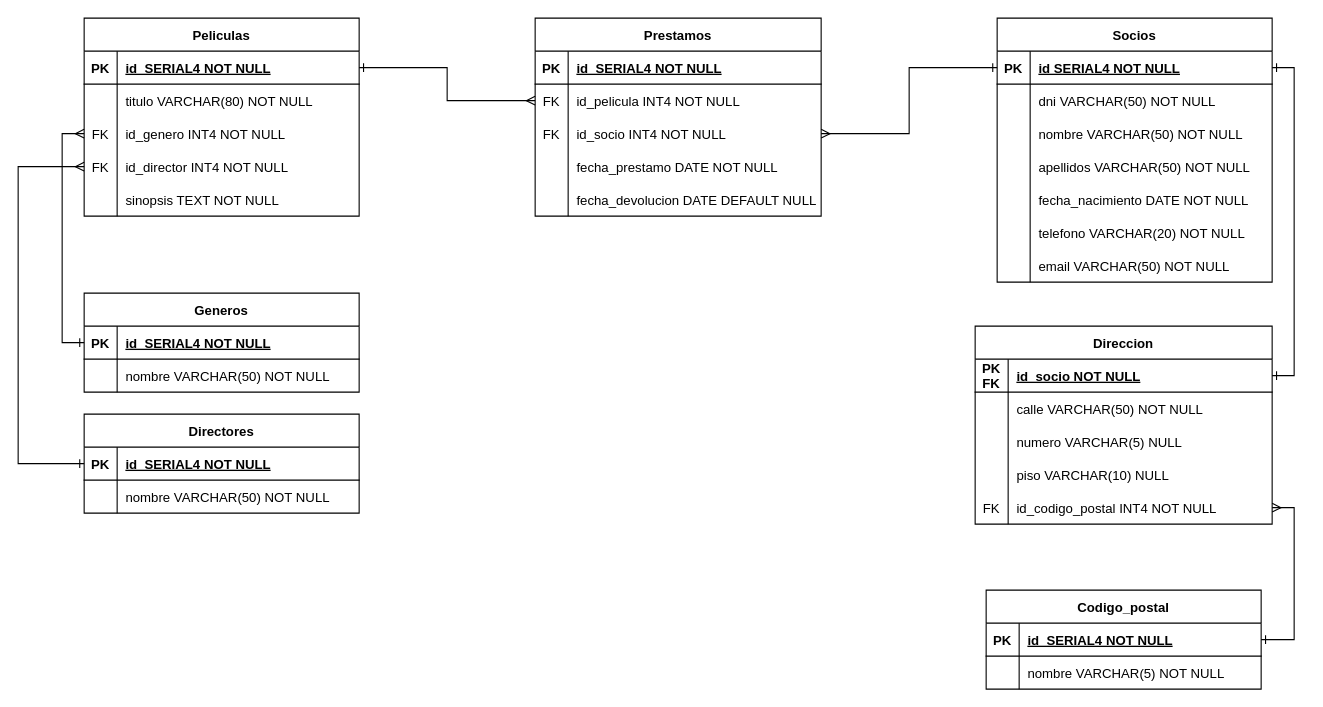
The draw.io diagram diagrama_práctica.drawio in Cespuess/practica_modulo_SQL, before the edit. Source tidied: cells renumbered, new cells numbered last; positions are measured from the earlier drawing's top-left corner, leaving out a move shared by most shapes. Both pictures are drawn from the tidied source at 110%, with x=0, y=0 at pixel (18, 18).
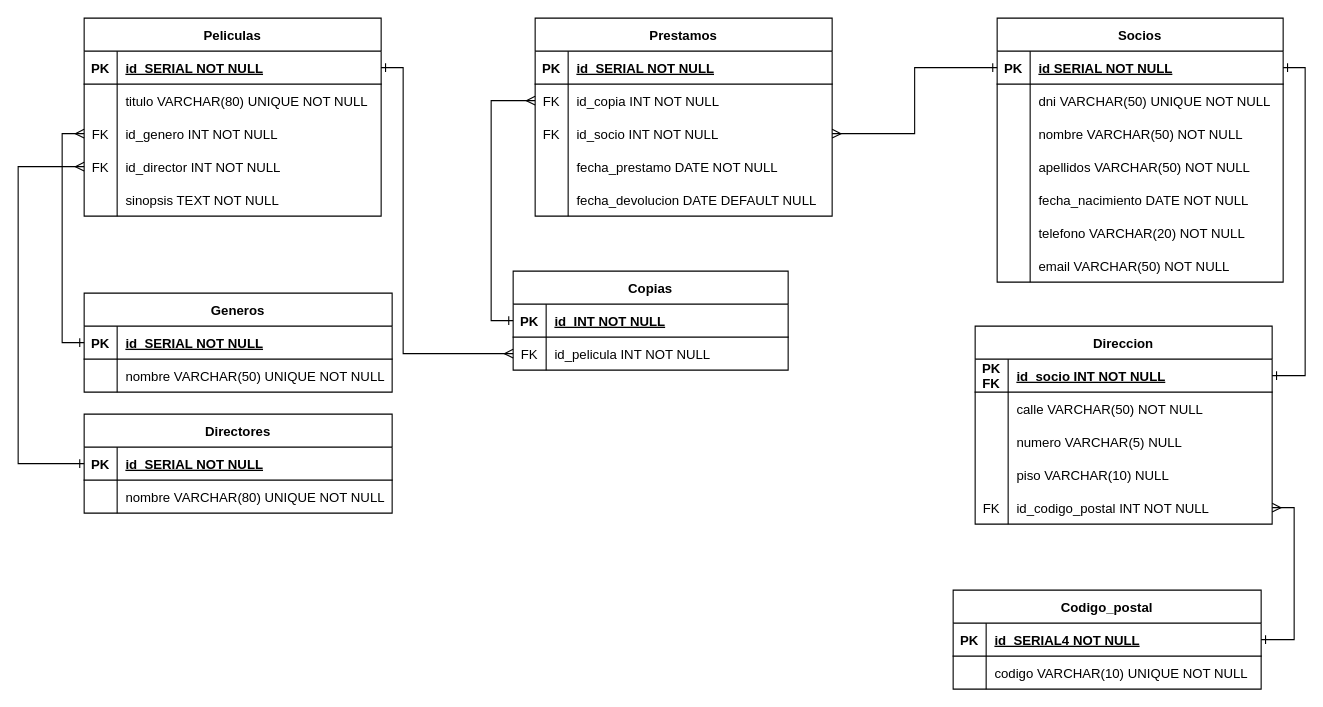
Above is the later version.

The change refers to these unchanged cells:
```xml
<mxCell id="3" style="shape=partialRectangle;fillColor=none;points=[[0,0.5],[1,0.5]];portConstraint=eastwest;top=0;left=0;right=0;bottom=1;" parent="2" vertex="1">
  <mxGeometry y="30" width="270" height="30" as="geometry" />
</mxCell>
<mxCell id="15" style="shape=partialRectangle;fillColor=none;points=[[0,0.5],[1,0.5]];portConstraint=eastwest;top=0;left=0;right=0;bottom=0;" parent="2" vertex="1">
  <mxGeometry y="150" width="270" height="30" as="geometry" />
</mxCell>
```

Diff of the diagram source:
```diff
@@
-    <mxCell id="5" value="id_socio NOT NULL" style="shape=partialRectangle;overflow=hidden;fillColor=none;top=0;left=0;bottom=0;right=0;align=left;spacingLeft=6;fontStyle=5;" parent="3" vertex="1">
+    <mxCell id="5" value="id_socio INT NOT NULL" style="shape=partialRectangle;overflow=hidden;fillColor=none;top=0;left=0;bottom=0;right=0;align=left;spacingLeft=6;fontStyle=5;" parent="3" vertex="1">
       <mxGeometry x="30" width="240" height="30" as="geometry" />
     </mxCell>
@@
-    <mxCell id="17" value="id_codigo_postal INT4 NOT NULL" style="shape=partialRectangle;overflow=hidden;fillColor=none;top=0;left=0;bottom=0;right=0;align=left;spacingLeft=6;" parent="15" vertex="1">
+    <mxCell id="17" value="id_codigo_postal INT NOT NULL" style="shape=partialRectangle;overflow=hidden;fillColor=none;top=0;left=0;bottom=0;right=0;align=left;spacingLeft=6;" parent="15" vertex="1">
       <mxGeometry x="30" width="240" height="30" as="geometry" />
     </mxCell>
     <mxCell id="18" value="Socios" style="shape=table;startSize=30;childLayout=tableLayout;rowLines=0;fontStyle=1;align=center;" parent="1" vertex="1">
-      <mxGeometry x="890" width="250" height="240" as="geometry" />
+      <mxGeometry x="890" width="260" height="240" as="geometry" />
     </mxCell>
     <mxCell id="19" style="shape=partialRectangle;fillColor=none;points=[[0,0.5],[1,0.5]];portConstraint=eastwest;top=0;left=0;right=0;bottom=1;" parent="18" vertex="1">
-      <mxGeometry y="30" width="250" height="30" as="geometry" />
+      <mxGeometry y="30" width="260" height="30" as="geometry" />
     </mxCell>
@@
-    <mxCell id="21" value="id SERIAL4 NOT NULL" style="shape=partialRectangle;overflow=hidden;fillColor=none;top=0;left=0;bottom=0;right=0;align=left;spacingLeft=6;fontStyle=5;" parent="19" vertex="1">
-      <mxGeometry x="30" width="220" height="30" as="geometry" />
+    <mxCell id="21" value="id SERIAL NOT NULL" style="shape=partialRectangle;overflow=hidden;fillColor=none;top=0;left=0;bottom=0;right=0;align=left;spacingLeft=6;fontStyle=5;" parent="19" vertex="1">
+      <mxGeometry x="30" width="230" height="30" as="geometry" />
     </mxCell>
     <mxCell id="22" style="shape=partialRectangle;fillColor=none;top=0;left=0;right=0;bottom=0;" parent="18" vertex="1">
-      <mxGeometry y="60" width="250" height="30" as="geometry" />
+      <mxGeometry y="60" width="260" height="30" as="geometry" />
     </mxCell>
@@
-    <mxCell id="24" value="dni VARCHAR(50) NOT NULL" style="shape=partialRectangle;overflow=hidden;fillColor=none;top=0;left=0;bottom=0;right=0;align=left;spacingLeft=6;" parent="22" vertex="1">
-      <mxGeometry x="30" width="220" height="30" as="geometry" />
+    <mxCell id="24" value="dni VARCHAR(50) UNIQUE NOT NULL" style="shape=partialRectangle;overflow=hidden;fillColor=none;top=0;left=0;bottom=0;right=0;align=left;spacingLeft=6;" parent="22" vertex="1">
+      <mxGeometry x="30" width="230" height="30" as="geometry" />
     </mxCell>
     <mxCell id="25" style="shape=partialRectangle;fillColor=none;top=0;left=0;right=0;bottom=0;" parent="18" vertex="1">
-      <mxGeometry y="90" width="250" height="30" as="geometry" />
+      <mxGeometry y="90" width="260" height="30" as="geometry" />
     </mxCell>
@@
     <mxCell id="27" value="nombre VARCHAR(50) NOT NULL" style="shape=partialRectangle;overflow=hidden;fillColor=none;top=0;left=0;bottom=0;right=0;align=left;spacingLeft=6;" parent="25" vertex="1">
-      <mxGeometry x="30" width="220" height="30" as="geometry" />
+      <mxGeometry x="30" width="230" height="30" as="geometry" />
     </mxCell>
     <mxCell id="28" style="shape=partialRectangle;fillColor=none;top=0;left=0;right=0;bottom=0;" parent="18" vertex="1">
-      <mxGeometry y="120" width="250" height="30" as="geometry" />
+      <mxGeometry y="120" width="260" height="30" as="geometry" />
     </mxCell>
@@
     <mxCell id="30" value="apellidos VARCHAR(50) NOT NULL" style="shape=partialRectangle;overflow=hidden;fillColor=none;top=0;left=0;bottom=0;right=0;align=left;spacingLeft=6;" parent="28" vertex="1">
-      <mxGeometry x="30" width="220" height="30" as="geometry" />
+      <mxGeometry x="30" width="230" height="30" as="geometry" />
     </mxCell>
     <mxCell id="31" style="shape=partialRectangle;fillColor=none;top=0;left=0;right=0;bottom=0;" parent="18" vertex="1">
-      <mxGeometry y="150" width="250" height="30" as="geometry" />
+      <mxGeometry y="150" width="260" height="30" as="geometry" />
     </mxCell>
@@
     <mxCell id="33" value="fecha_nacimiento DATE NOT NULL" style="shape=partialRectangle;overflow=hidden;fillColor=none;top=0;left=0;bottom=0;right=0;align=left;spacingLeft=6;" parent="31" vertex="1">
-      <mxGeometry x="30" width="220" height="30" as="geometry" />
+      <mxGeometry x="30" width="230" height="30" as="geometry" />
     </mxCell>
     <mxCell id="34" style="shape=partialRectangle;fillColor=none;top=0;left=0;right=0;bottom=0;" parent="18" vertex="1">
-      <mxGeometry y="180" width="250" height="30" as="geometry" />
+      <mxGeometry y="180" width="260" height="30" as="geometry" />
     </mxCell>
@@
     <mxCell id="36" value="telefono VARCHAR(20) NOT NULL" style="shape=partialRectangle;overflow=hidden;fillColor=none;top=0;left=0;bottom=0;right=0;align=left;spacingLeft=6;" parent="34" vertex="1">
-      <mxGeometry x="30" width="220" height="30" as="geometry" />
+      <mxGeometry x="30" width="230" height="30" as="geometry" />
     </mxCell>
     <mxCell id="37" style="shape=partialRectangle;fillColor=none;top=0;left=0;right=0;bottom=0;" parent="18" vertex="1">
-      <mxGeometry y="210" width="250" height="30" as="geometry" />
+      <mxGeometry y="210" width="260" height="30" as="geometry" />
     </mxCell>
@@
     <mxCell id="39" value="email VARCHAR(50) NOT NULL" style="shape=partialRectangle;overflow=hidden;fillColor=none;top=0;left=0;bottom=0;right=0;align=left;spacingLeft=6;" parent="37" vertex="1">
-      <mxGeometry x="30" width="220" height="30" as="geometry" />
+      <mxGeometry x="30" width="230" height="30" as="geometry" />
     </mxCell>
     <mxCell id="40" value="Peliculas" style="shape=table;startSize=30;childLayout=tableLayout;rowLines=0;fontStyle=1;align=center;" parent="1" vertex="1">
-      <mxGeometry x="60" width="250" height="180" as="geometry" />
+      <mxGeometry x="60" width="270" height="180" as="geometry" />
     </mxCell>
     <mxCell id="41" style="shape=partialRectangle;fillColor=none;points=[[0,0.5],[1,0.5]];portConstraint=eastwest;top=0;left=0;right=0;bottom=1;" parent="40" vertex="1">
-      <mxGeometry y="30" width="250" height="30" as="geometry" />
+      <mxGeometry y="30" width="270" height="30" as="geometry" />
     </mxCell>
@@
-    <mxCell id="43" value="id  SERIAL4 NOT NULL" style="shape=partialRectangle;overflow=hidden;fillColor=none;top=0;left=0;bottom=0;right=0;align=left;spacingLeft=6;fontStyle=5;" parent="41" vertex="1">
-      <mxGeometry x="30" width="220" height="30" as="geometry" />
+    <mxCell id="43" value="id  SERIAL NOT NULL" style="shape=partialRectangle;overflow=hidden;fillColor=none;top=0;left=0;bottom=0;right=0;align=left;spacingLeft=6;fontStyle=5;" parent="41" vertex="1">
+      <mxGeometry x="30" width="240" height="30" as="geometry" />
     </mxCell>
     <mxCell id="44" style="shape=partialRectangle;fillColor=none;top=0;left=0;right=0;bottom=0;" parent="40" vertex="1">
-      <mxGeometry y="60" width="250" height="30" as="geometry" />
+      <mxGeometry y="60" width="270" height="30" as="geometry" />
     </mxCell>
@@
-    <mxCell id="46" value="titulo VARCHAR(80) NOT NULL" style="shape=partialRectangle;overflow=hidden;fillColor=none;top=0;left=0;bottom=0;right=0;align=left;spacingLeft=6;" parent="44" vertex="1">
-      <mxGeometry x="30" width="220" height="30" as="geometry" />
+    <mxCell id="46" value="titulo VARCHAR(80) UNIQUE NOT NULL" style="shape=partialRectangle;overflow=hidden;fillColor=none;top=0;left=0;bottom=0;right=0;align=left;spacingLeft=6;" parent="44" vertex="1">
+      <mxGeometry x="30" width="240" height="30" as="geometry" />
     </mxCell>
     <mxCell id="47" style="shape=partialRectangle;fillColor=none;points=[[0,0.5],[1,0.5]];portConstraint=eastwest;top=0;left=0;right=0;bottom=0;" parent="40" vertex="1">
-      <mxGeometry y="90" width="250" height="30" as="geometry" />
+      <mxGeometry y="90" width="270" height="30" as="geometry" />
     </mxCell>
@@
-    <mxCell id="49" value="id_genero INT4 NOT NULL" style="shape=partialRectangle;overflow=hidden;fillColor=none;top=0;left=0;bottom=0;right=0;align=left;spacingLeft=6;" parent="47" vertex="1">
-      <mxGeometry x="30" width="220" height="30" as="geometry" />
+    <mxCell id="49" value="id_genero INT NOT NULL" style="shape=partialRectangle;overflow=hidden;fillColor=none;top=0;left=0;bottom=0;right=0;align=left;spacingLeft=6;" parent="47" vertex="1">
+      <mxGeometry x="30" width="240" height="30" as="geometry" />
     </mxCell>
     <mxCell id="50" style="shape=partialRectangle;fillColor=none;points=[[0,0.5],[1,0.5]];portConstraint=eastwest;top=0;left=0;right=0;bottom=0;" parent="40" vertex="1">
-      <mxGeometry y="120" width="250" height="30" as="geometry" />
+      <mxGeometry y="120" width="270" height="30" as="geometry" />
     </mxCell>
@@
-    <mxCell id="52" value="id_director INT4 NOT NULL" style="shape=partialRectangle;overflow=hidden;fillColor=none;top=0;left=0;bottom=0;right=0;align=left;spacingLeft=6;" parent="50" vertex="1">
-      <mxGeometry x="30" width="220" height="30" as="geometry" />
+    <mxCell id="52" value="id_director INT NOT NULL" style="shape=partialRectangle;overflow=hidden;fillColor=none;top=0;left=0;bottom=0;right=0;align=left;spacingLeft=6;" parent="50" vertex="1">
+      <mxGeometry x="30" width="240" height="30" as="geometry" />
     </mxCell>
     <mxCell id="53" style="shape=partialRectangle;fillColor=none;top=0;left=0;right=0;bottom=0;" parent="40" vertex="1">
-      <mxGeometry y="150" width="250" height="30" as="geometry" />
+      <mxGeometry y="150" width="270" height="30" as="geometry" />
     </mxCell>
@@
     <mxCell id="55" value="sinopsis TEXT NOT NULL" style="shape=partialRectangle;overflow=hidden;fillColor=none;top=0;left=0;bottom=0;right=0;align=left;spacingLeft=6;" parent="53" vertex="1">
-      <mxGeometry x="30" width="220" height="30" as="geometry" />
+      <mxGeometry x="30" width="240" height="30" as="geometry" />
     </mxCell>
     <mxCell id="56" value="Prestamos" style="shape=table;startSize=30;childLayout=tableLayout;rowLines=0;fontStyle=1;align=center;" parent="1" vertex="1">
-      <mxGeometry x="470" width="260" height="180" as="geometry" />
+      <mxGeometry x="470" width="270" height="180" as="geometry" />
     </mxCell>
     <mxCell id="57" style="shape=partialRectangle;fillColor=none;top=0;left=0;right=0;bottom=1;" parent="56" vertex="1">
-      <mxGeometry y="30" width="260" height="30" as="geometry" />
+      <mxGeometry y="30" width="270" height="30" as="geometry" />
     </mxCell>
@@
-    <mxCell id="59" value="id  SERIAL4 NOT NULL" style="shape=partialRectangle;overflow=hidden;fillColor=none;top=0;left=0;bottom=0;right=0;align=left;spacingLeft=6;fontStyle=5;" parent="57" vertex="1">
-      <mxGeometry x="30" width="230" height="30" as="geometry" />
+    <mxCell id="59" value="id  SERIAL NOT NULL" style="shape=partialRectangle;overflow=hidden;fillColor=none;top=0;left=0;bottom=0;right=0;align=left;spacingLeft=6;fontStyle=5;" parent="57" vertex="1">
+      <mxGeometry x="30" width="240" height="30" as="geometry" />
     </mxCell>
     <mxCell id="60" style="shape=partialRectangle;fillColor=none;points=[[0,0.5],[1,0.5]];portConstraint=eastwest;top=0;left=0;right=0;bottom=0;" parent="56" vertex="1">
-      <mxGeometry y="60" width="260" height="30" as="geometry" />
+      <mxGeometry y="60" width="270" height="30" as="geometry" />
     </mxCell>
@@
-    <mxCell id="62" value="id_pelicula INT4 NOT NULL" style="shape=partialRectangle;overflow=hidden;fillColor=none;top=0;left=0;bottom=0;right=0;align=left;spacingLeft=6;" parent="60" vertex="1">
-      <mxGeometry x="30" width="230" height="30" as="geometry" />
+    <mxCell id="62" value="id_copia INT NOT NULL" style="shape=partialRectangle;overflow=hidden;fillColor=none;top=0;left=0;bottom=0;right=0;align=left;spacingLeft=6;" parent="60" vertex="1">
+      <mxGeometry x="30" width="240" height="30" as="geometry" />
     </mxCell>
     <mxCell id="63" style="shape=partialRectangle;fillColor=none;points=[[0,0.5],[1,0.5]];portConstraint=eastwest;top=0;left=0;right=0;bottom=0;" parent="56" vertex="1">
-      <mxGeometry y="90" width="260" height="30" as="geometry" />
+      <mxGeometry y="90" width="270" height="30" as="geometry" />
     </mxCell>
@@
-    <mxCell id="65" value="id_socio INT4 NOT NULL" style="shape=partialRectangle;overflow=hidden;fillColor=none;top=0;left=0;bottom=0;right=0;align=left;spacingLeft=6;" parent="63" vertex="1">
-      <mxGeometry x="30" width="230" height="30" as="geometry" />
+    <mxCell id="65" value="id_socio INT NOT NULL" style="shape=partialRectangle;overflow=hidden;fillColor=none;top=0;left=0;bottom=0;right=0;align=left;spacingLeft=6;" parent="63" vertex="1">
+      <mxGeometry x="30" width="240" height="30" as="geometry" />
     </mxCell>
     <mxCell id="66" style="shape=partialRectangle;fillColor=none;top=0;left=0;right=0;bottom=0;" parent="56" vertex="1">
-      <mxGeometry y="120" width="260" height="30" as="geometry" />
+      <mxGeometry y="120" width="270" height="30" as="geometry" />
     </mxCell>
@@
     <mxCell id="68" value="fecha_prestamo DATE NOT NULL" style="shape=partialRectangle;overflow=hidden;fillColor=none;top=0;left=0;bottom=0;right=0;align=left;spacingLeft=6;" parent="66" vertex="1">
-      <mxGeometry x="30" width="230" height="30" as="geometry" />
+      <mxGeometry x="30" width="240" height="30" as="geometry" />
     </mxCell>
     <mxCell id="69" style="shape=partialRectangle;fillColor=none;top=0;left=0;right=0;bottom=0;" parent="56" vertex="1">
-      <mxGeometry y="150" width="260" height="30" as="geometry" />
+      <mxGeometry y="150" width="270" height="30" as="geometry" />
     </mxCell>
@@
     <mxCell id="71" value="fecha_devolucion DATE DEFAULT NULL" style="shape=partialRectangle;overflow=hidden;fillColor=none;top=0;left=0;bottom=0;right=0;align=left;spacingLeft=6;" parent="69" vertex="1">
-      <mxGeometry x="30" width="230" height="30" as="geometry" />
+      <mxGeometry x="30" width="240" height="30" as="geometry" />
     </mxCell>
-    <mxCell id="72" style="edgeStyle=orthogonalEdgeStyle;rounded=0;jettySize=auto;html=1;exitX=0;exitY=0.5;exitDx=0;exitDy=0;entryX=1;entryY=0.5;entryDx=0;entryDy=0;startArrow=ERmany;startFill=0;endArrow=ERone;endFill=0;" parent="1" edge="1" source="60" target="41">
-      <mxGeometry relative="1" as="geometry" />
-    </mxCell>
@@
     <mxCell id="75" value="Generos" style="shape=table;startSize=30;childLayout=tableLayout;rowLines=0;fontStyle=1;align=center;" parent="1" vertex="1">
-      <mxGeometry x="60" y="250" width="250" height="90" as="geometry" />
+      <mxGeometry x="60" y="250" width="280" height="90" as="geometry" />
     </mxCell>
     <mxCell id="76" style="shape=partialRectangle;fillColor=none;points=[[0,0.5],[1,0.5]];portConstraint=eastwest;top=0;left=0;right=0;bottom=1;" parent="75" vertex="1">
-      <mxGeometry y="30" width="250" height="30" as="geometry" />
+      <mxGeometry y="30" width="280" height="30" as="geometry" />
     </mxCell>
@@
-    <mxCell id="78" value="id  SERIAL4 NOT NULL" style="shape=partialRectangle;overflow=hidden;fillColor=none;top=0;left=0;bottom=0;right=0;align=left;spacingLeft=6;fontStyle=5;" parent="76" vertex="1">
-      <mxGeometry x="30" width="220" height="30" as="geometry" />
+    <mxCell id="78" value="id  SERIAL NOT NULL" style="shape=partialRectangle;overflow=hidden;fillColor=none;top=0;left=0;bottom=0;right=0;align=left;spacingLeft=6;fontStyle=5;" parent="76" vertex="1">
+      <mxGeometry x="30" width="250" height="30" as="geometry" />
     </mxCell>
     <mxCell id="79" style="shape=partialRectangle;fillColor=none;top=0;left=0;right=0;bottom=0;" parent="75" vertex="1">
-      <mxGeometry y="60" width="250" height="30" as="geometry" />
+      <mxGeometry y="60" width="280" height="30" as="geometry" />
     </mxCell>
@@
-    <mxCell id="81" value="nombre VARCHAR(50) NOT NULL" style="shape=partialRectangle;overflow=hidden;fillColor=none;top=0;left=0;bottom=0;right=0;align=left;spacingLeft=6;" parent="79" vertex="1">
-      <mxGeometry x="30" width="220" height="30" as="geometry" />
+    <mxCell id="81" value="nombre VARCHAR(50) UNIQUE NOT NULL" style="shape=partialRectangle;overflow=hidden;fillColor=none;top=0;left=0;bottom=0;right=0;align=left;spacingLeft=6;" parent="79" vertex="1">
+      <mxGeometry x="30" width="250" height="30" as="geometry" />
     </mxCell>
@@
     <mxCell id="83" value="Directores" style="shape=table;startSize=30;childLayout=tableLayout;rowLines=0;fontStyle=1;align=center;" parent="1" vertex="1">
-      <mxGeometry x="60" y="360" width="250" height="90" as="geometry" />
+      <mxGeometry x="60" y="360" width="280" height="90" as="geometry" />
     </mxCell>
     <mxCell id="84" style="shape=partialRectangle;fillColor=none;points=[[0,0.5],[1,0.5]];portConstraint=eastwest;top=0;left=0;right=0;bottom=1;" parent="83" vertex="1">
-      <mxGeometry y="30" width="250" height="30" as="geometry" />
+      <mxGeometry y="30" width="280" height="30" as="geometry" />
     </mxCell>
@@
-    <mxCell id="86" value="id  SERIAL4 NOT NULL" style="shape=partialRectangle;overflow=hidden;fillColor=none;top=0;left=0;bottom=0;right=0;align=left;spacingLeft=6;fontStyle=5;" parent="84" vertex="1">
-      <mxGeometry x="30" width="220" height="30" as="geometry" />
+    <mxCell id="86" value="id  SERIAL NOT NULL" style="shape=partialRectangle;overflow=hidden;fillColor=none;top=0;left=0;bottom=0;right=0;align=left;spacingLeft=6;fontStyle=5;" parent="84" vertex="1">
+      <mxGeometry x="30" width="250" height="30" as="geometry" />
     </mxCell>
     <mxCell id="87" style="shape=partialRectangle;fillColor=none;top=0;left=0;right=0;bottom=0;" parent="83" vertex="1">
-      <mxGeometry y="60" width="250" height="30" as="geometry" />
+      <mxGeometry y="60" width="280" height="30" as="geometry" />
     </mxCell>
@@
-    <mxCell id="89" value="nombre VARCHAR(50) NOT NULL" style="shape=partialRectangle;overflow=hidden;fillColor=none;top=0;left=0;bottom=0;right=0;align=left;spacingLeft=6;" parent="87" vertex="1">
-      <mxGeometry x="30" width="220" height="30" as="geometry" />
+    <mxCell id="89" value="nombre VARCHAR(80) UNIQUE NOT NULL" style="shape=partialRectangle;overflow=hidden;fillColor=none;top=0;left=0;bottom=0;right=0;align=left;spacingLeft=6;" parent="87" vertex="1">
+      <mxGeometry x="30" width="250" height="30" as="geometry" />
     </mxCell>
@@
     <mxCell id="91" value="Codigo_postal" style="shape=table;startSize=30;childLayout=tableLayout;rowLines=0;fontStyle=1;align=center;" parent="1" vertex="1">
-      <mxGeometry x="880" y="520" width="250" height="90" as="geometry" />
+      <mxGeometry x="850" y="520" width="280" height="90" as="geometry" />
     </mxCell>
     <mxCell id="92" style="shape=partialRectangle;fillColor=none;points=[[0,0.5],[1,0.5]];portConstraint=eastwest;top=0;left=0;right=0;bottom=1;" parent="91" vertex="1">
-      <mxGeometry y="30" width="250" height="30" as="geometry" />
+      <mxGeometry y="30" width="280" height="30" as="geometry" />
     </mxCell>
@@
     <mxCell id="94" value="id  SERIAL4 NOT NULL" style="shape=partialRectangle;overflow=hidden;fillColor=none;top=0;left=0;bottom=0;right=0;align=left;spacingLeft=6;fontStyle=5;" parent="92" vertex="1">
-      <mxGeometry x="30" width="220" height="30" as="geometry" />
+      <mxGeometry x="30" width="250" height="30" as="geometry" />
     </mxCell>
     <mxCell id="95" style="shape=partialRectangle;fillColor=none;top=0;left=0;right=0;bottom=0;" parent="91" vertex="1">
-      <mxGeometry y="60" width="250" height="30" as="geometry" />
+      <mxGeometry y="60" width="280" height="30" as="geometry" />
     </mxCell>
@@
-    <mxCell id="97" value="nombre VARCHAR(5) NOT NULL" style="shape=partialRectangle;overflow=hidden;fillColor=none;top=0;left=0;bottom=0;right=0;align=left;spacingLeft=6;" parent="95" vertex="1">
-      <mxGeometry x="30" width="220" height="30" as="geometry" />
+    <mxCell id="97" value="codigo VARCHAR(10) UNIQUE NOT NULL" style="shape=partialRectangle;overflow=hidden;fillColor=none;top=0;left=0;bottom=0;right=0;align=left;spacingLeft=6;" parent="95" vertex="1">
+      <mxGeometry x="30" width="250" height="30" as="geometry" />
     </mxCell>
@@
+    <mxCell id="99" value="Copias" style="shape=table;startSize=30;childLayout=tableLayout;rowLines=0;fontStyle=1;align=center;" parent="1" vertex="1">
+      <mxGeometry x="450" y="230" width="250" height="90" as="geometry" />
+    </mxCell>
+    <mxCell id="100" style="shape=partialRectangle;fillColor=none;points=[[0,0.5],[1,0.5]];portConstraint=eastwest;top=0;left=0;right=0;bottom=1;" parent="99" vertex="1">
+      <mxGeometry y="30" width="250" height="30" as="geometry" />
+    </mxCell>
+    <mxCell id="101" value="PK" style="shape=partialRectangle;overflow=hidden;fillColor=none;top=0;left=0;bottom=0;right=0;fontStyle=1;" parent="100" vertex="1">
+      <mxGeometry width="30" height="30" as="geometry" />
+    </mxCell>
+    <mxCell id="102" value="id  INT NOT NULL" style="shape=partialRectangle;overflow=hidden;fillColor=none;top=0;left=0;bottom=0;right=0;align=left;spacingLeft=6;fontStyle=5;" parent="100" vertex="1">
+      <mxGeometry x="30" width="220" height="30" as="geometry" />
+    </mxCell>
+    <mxCell id="103" style="shape=partialRectangle;fillColor=none;points=[[0,0.5],[1,0.5]];portConstraint=eastwest;top=0;left=0;right=0;bottom=0;" parent="99" vertex="1">
+      <mxGeometry y="60" width="250" height="30" as="geometry" />
+    </mxCell>
+    <mxCell id="104" value="FK" style="shape=partialRectangle;overflow=hidden;fillColor=none;top=0;left=0;bottom=0;right=0;" parent="103" vertex="1">
+      <mxGeometry width="30" height="30" as="geometry" />
+    </mxCell>
+    <mxCell id="105" value="id_pelicula INT NOT NULL" style="shape=partialRectangle;overflow=hidden;fillColor=none;top=0;left=0;bottom=0;right=0;align=left;spacingLeft=6;" parent="103" vertex="1">
+      <mxGeometry x="30" width="220" height="30" as="geometry" />
+    </mxCell>
+    <mxCell id="106" style="edgeStyle=orthogonalEdgeStyle;rounded=0;jettySize=auto;html=1;exitX=0;exitY=0.5;exitDx=0;exitDy=0;entryX=1;entryY=0.5;entryDx=0;entryDy=0;startArrow=ERmany;startFill=0;endArrow=ERone;endFill=0;" parent="1" edge="1" source="103" target="41">
+      <mxGeometry relative="1" as="geometry">
+        <Array as="points">
+          <mxPoint x="350" y="305" />
+          <mxPoint x="350" y="45" />
+        </Array>
+      </mxGeometry>
+    </mxCell>
+    <mxCell id="107" style="edgeStyle=orthogonalEdgeStyle;rounded=0;jettySize=auto;html=1;exitX=0;exitY=0.5;exitDx=0;exitDy=0;entryX=0;entryY=0.5;entryDx=0;entryDy=0;startArrow=ERmany;startFill=0;endArrow=ERone;endFill=0;" parent="1" edge="1" source="60" target="100">
+      <mxGeometry relative="1" as="geometry" />
+    </mxCell>
```
